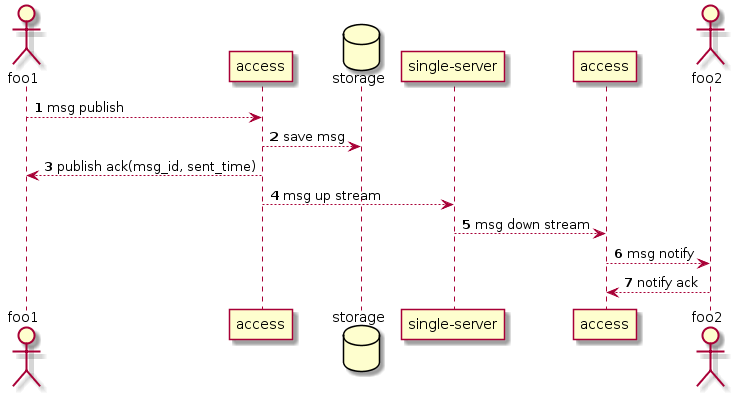
This is doc/一期设计文档/image/single.png from raven-im/raven, a PlantUML export, as it was before one commit. Source of this version:
```plantuml
@startuml
actor "foo1" as client1

participant "access" as access1
database "storage" as db
participant "single-server" as router
participant "access" as access2
actor "foo2" as client2

autonumber
client1 --> access1 : msg publish
access1 --> db: save msg
access1 --> client1 : publish ack(msg_id, sent_time)
access1 --> router: msg up stream
router --> access2: msg down stream
access2 --> client2: msg notify
client2 --> access2: notify ack
@enduml
```
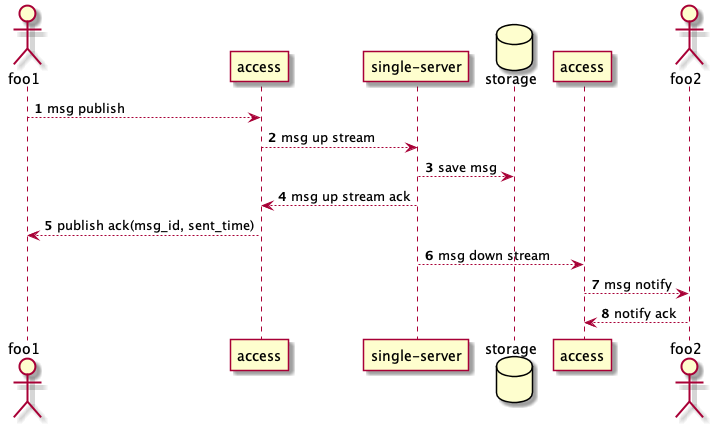
After the commit.

The edit, as a diff of the source:
```diff
@@ -1,18 +1,20 @@
 @startuml
+
 actor "foo1" as client1
 
 participant "access" as access1
+participant "single-server" as single
 database "storage" as db
-participant "single-server" as router
 participant "access" as access2
 actor "foo2" as client2
 
 autonumber
 client1 --> access1 : msg publish
-access1 --> db: save msg
+access1 --> single: msg up stream
+single --> db: save msg
+single --> access1: msg up stream ack
 access1 --> client1 : publish ack(msg_id, sent_time)
-access1 --> router: msg up stream
-router --> access2: msg down stream
+single --> access2: msg down stream
 access2 --> client2: msg notify
 client2 --> access2: notify ack
 @enduml
```
